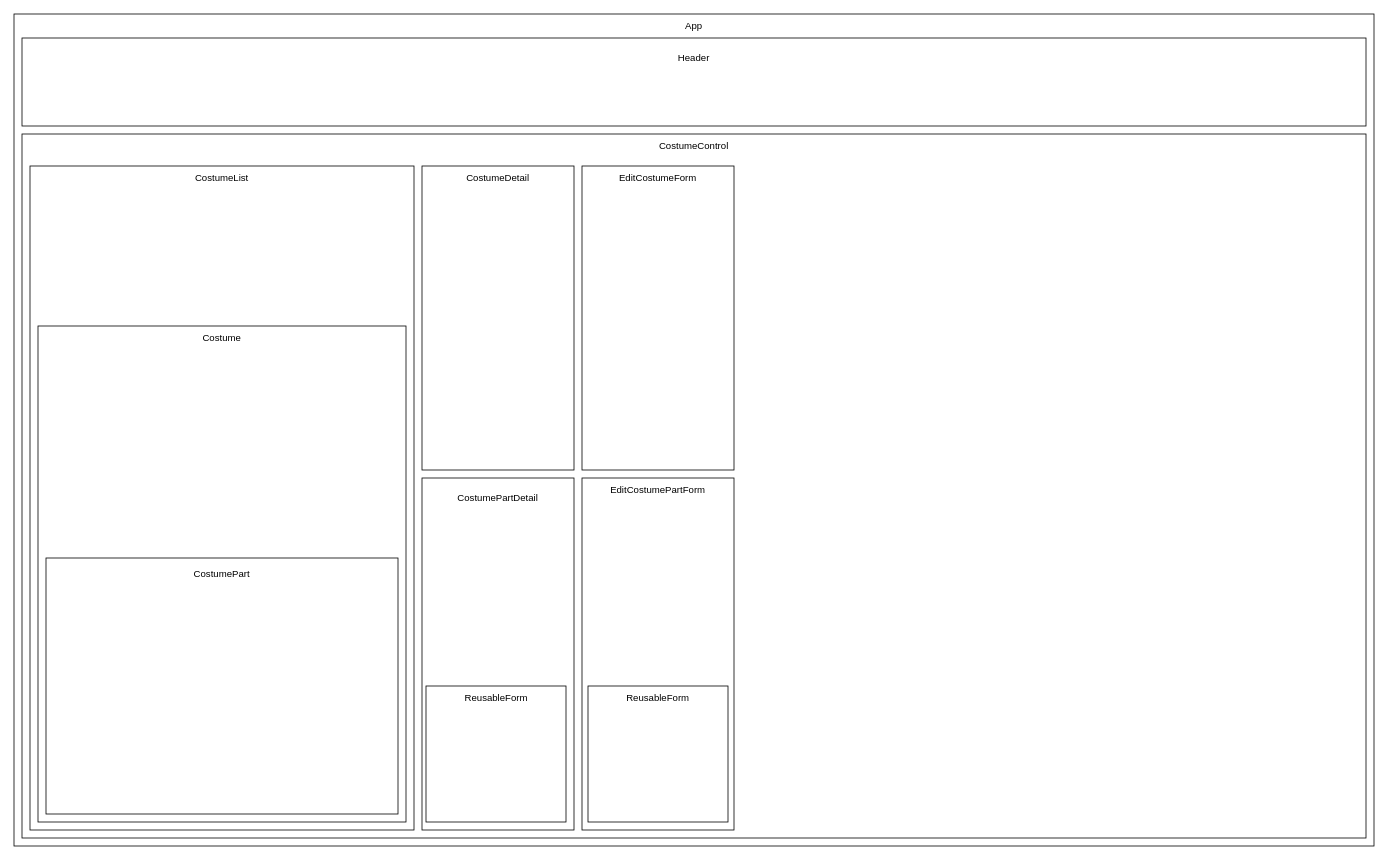
Before: Program-plan.drawio in AndrewMMickel/costume-shop, a draw.io diagram. Source tidied: cells renumbered, new cells numbered last; positions are measured from the earlier drawing's top-left corner, leaving out a move shared by most shapes. Both pictures are drawn from the tidied source at 80%, with x=0, y=0 at pixel (14, 14).
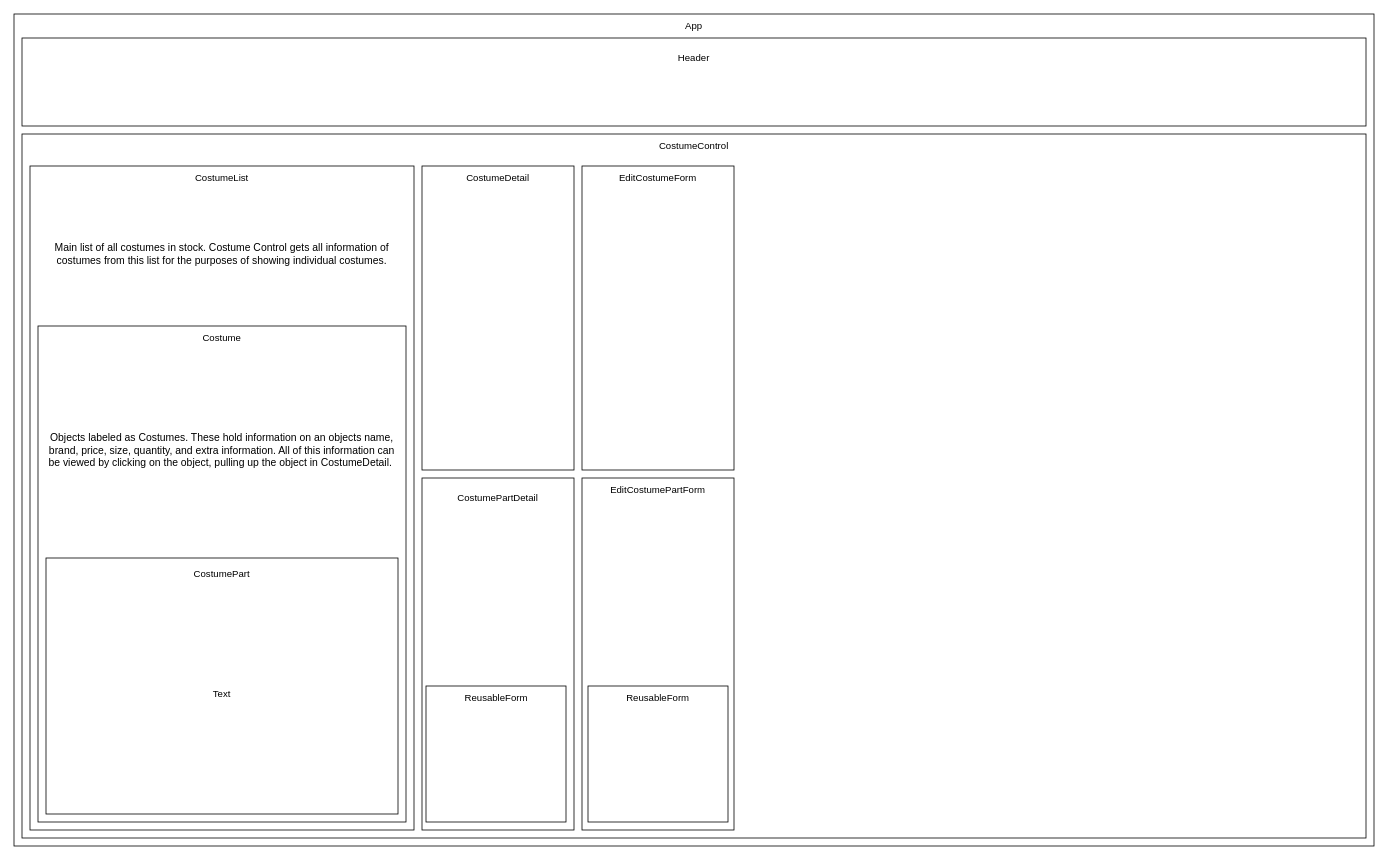
Above is the later version.

Diff of the diagram source:
```diff
@@
+    <mxCell id="26" value="Main list of all costumes in stock. Costume Control gets all information of costumes from this list for the purposes of showing individual costumes." style="text;html=1;strokeColor=none;fillColor=none;align=center;verticalAlign=middle;whiteSpace=wrap;rounded=0;fontSize=13;" parent="1" vertex="1">
+      <mxGeometry x="30" y="220" width="460" height="160" as="geometry" />
+    </mxCell>
+    <mxCell id="27" value="Objects labeled as Costumes. These hold information on an objects name, brand, price, size, quantity, and extra information. All of this information can be viewed by clicking on the object, pulling up the object in CostumeDetail.&amp;nbsp;" style="text;html=1;strokeColor=none;fillColor=none;align=center;verticalAlign=middle;whiteSpace=wrap;rounded=0;fontSize=13;" parent="1" vertex="1">
+      <mxGeometry x="40" y="420" width="440" height="250" as="geometry" />
+    </mxCell>
+    <mxCell id="28" value="Text" style="text;html=1;strokeColor=none;fillColor=none;align=center;verticalAlign=middle;whiteSpace=wrap;rounded=0;" parent="1" vertex="1">
+      <mxGeometry x="50" y="710" width="420" height="280" as="geometry" />
+    </mxCell>
```
